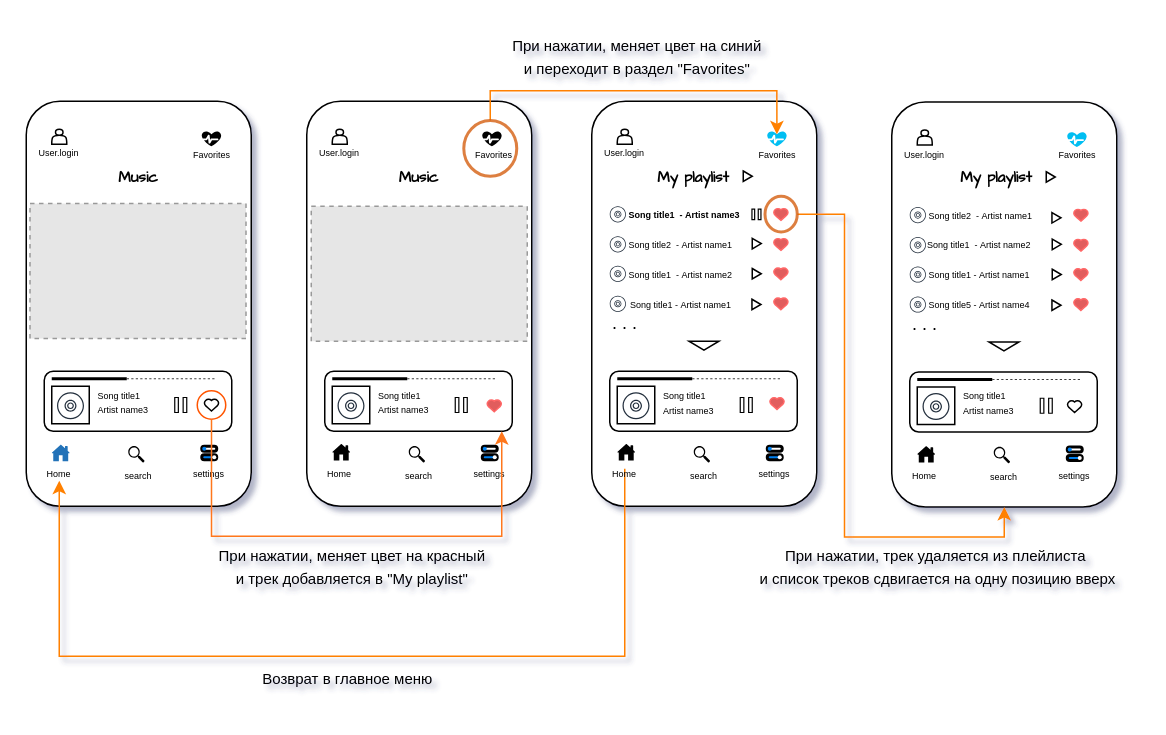
Earlier version of the draw.io diagram Khalmatova_Kristina/Layout/Layout_Khalmatova.drawio (abdullahproff/BSA21_1). Source tidied: cells renumbered, new cells numbered last; positions are measured from the earlier drawing's top-left corner, leaving out a move shared by most shapes. Both pictures are drawn from the tidied source at 150%, with x=0, y=0 at pixel (26, 26). Pictures stored in the file or linked from it are replaced by grey dashed boxes.
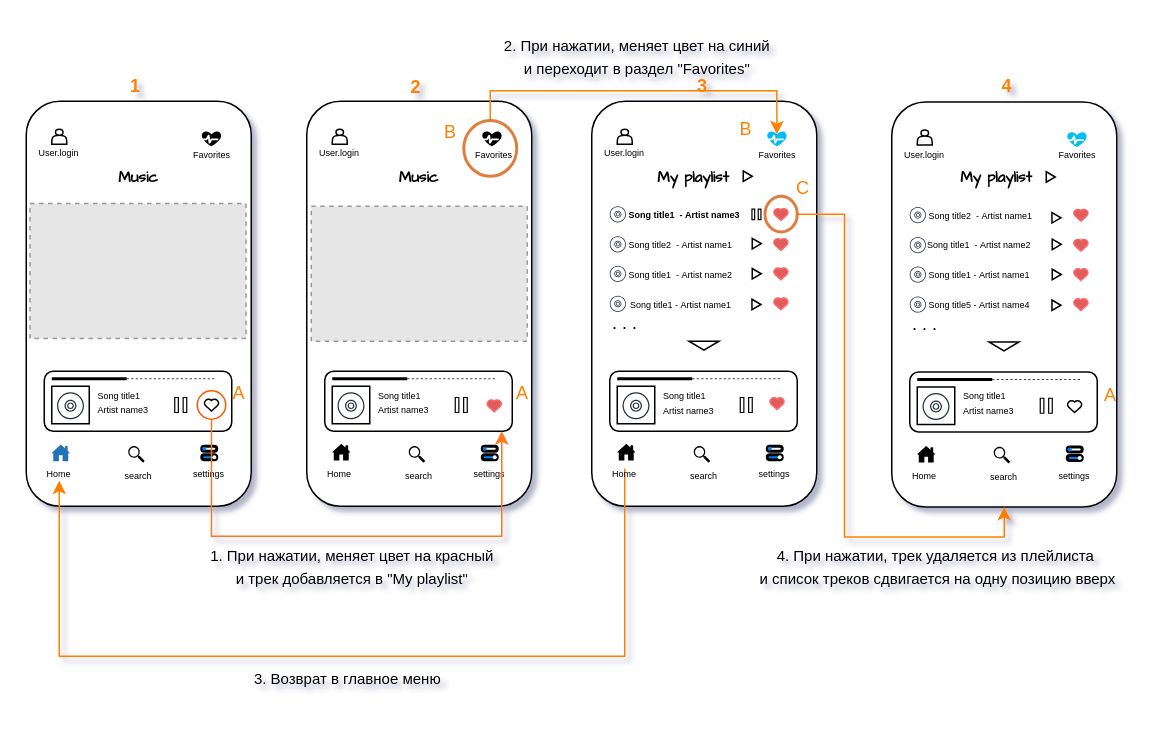
The same page after the edit.

The edit, as a diff of the source:
```diff
@@
-    <mxCell id="134" value="&lt;font style=&quot;font-size: 10px;&quot;&gt;При нажатии, меняет цвет на красный&lt;/font&gt;&lt;div&gt;&lt;font style=&quot;font-size: 10px;&quot;&gt;и трек добавляется в &quot;My playlist&quot;&lt;/font&gt;&lt;/div&gt;" style="text;html=1;align=center;verticalAlign=middle;strokeColor=none;fillColor=none;" parent="1" vertex="1">
-      <mxGeometry x="116.5" y="340" width="200" height="40" as="geometry" />
+    <mxCell id="134" value="&lt;font style=&quot;font-size: 10px;&quot;&gt;1. При нажатии, меняет цвет на красный&lt;/font&gt;&lt;div&gt;&lt;font style=&quot;font-size: 10px;&quot;&gt;и трек добавляется в &quot;My playlist&quot;&lt;/font&gt;&lt;/div&gt;" style="text;html=1;align=center;verticalAlign=middle;strokeColor=none;fillColor=none;" parent="1" vertex="1">
+      <mxGeometry x="111.5" y="340" width="210" height="40" as="geometry" />
     </mxCell>
-    <mxCell id="135" value="&lt;font style=&quot;font-size: 10px;&quot;&gt;При нажатии, меняет цвет на синий&lt;/font&gt;&lt;div&gt;&lt;span style=&quot;font-size: 10px; background-color: initial;&quot;&gt;и переходит в раздел &quot;Favorites&quot;&lt;/span&gt;&lt;/div&gt;" style="text;html=1;align=center;verticalAlign=middle;strokeColor=none;fillColor=none;" parent="1" vertex="1">
-      <mxGeometry x="311.5" width="190" height="40" as="geometry" />
+    <mxCell id="135" value="&lt;font style=&quot;font-size: 10px;&quot;&gt;2. При нажатии, меняет цвет на синий&lt;/font&gt;&lt;div&gt;&lt;span style=&quot;font-size: 10px; background-color: initial;&quot;&gt;и переходит в раздел &quot;Favorites&quot;&lt;/span&gt;&lt;/div&gt;" style="text;html=1;align=center;verticalAlign=middle;strokeColor=none;fillColor=none;" parent="1" vertex="1">
+      <mxGeometry x="306.5" width="200" height="40" as="geometry" />
     </mxCell>
-    <mxCell id="136" value="&lt;span style=&quot;font-size: 10px;&quot;&gt;Возврат в главное меню&lt;/span&gt;" style="text;html=1;align=center;verticalAlign=middle;strokeColor=none;fillColor=none;" parent="1" vertex="1">
-      <mxGeometry x="144" y="420" width="140" height="30" as="geometry" />
+    <mxCell id="136" value="&lt;span style=&quot;font-size: 10px;&quot;&gt;3. Возврат в главное меню&lt;/span&gt;" style="text;html=1;align=center;verticalAlign=middle;strokeColor=none;fillColor=none;" parent="1" vertex="1">
+      <mxGeometry x="139" y="420" width="150" height="30" as="geometry" />
     </mxCell>
-    <mxCell id="137" value="&lt;span style=&quot;font-size: 10px;&quot;&gt;При нажатии, трек удаляется из плейлиста&lt;/span&gt;&lt;div&gt;&lt;span style=&quot;font-size: 10px;&quot;&gt;&amp;nbsp;и список треков сдвигается на одну позицию вверх&lt;/span&gt;&lt;/div&gt;" style="text;html=1;align=center;verticalAlign=middle;strokeColor=none;fillColor=none;" parent="1" vertex="1">
+    <mxCell id="137" value="&lt;span style=&quot;font-size: 10px;&quot;&gt;4. При нажатии, трек удаляется из плейлиста&lt;/span&gt;&lt;div&gt;&lt;span style=&quot;font-size: 10px;&quot;&gt;&amp;nbsp;и список треков сдвигается на одну позицию вверх&lt;/span&gt;&lt;/div&gt;" style="text;html=1;align=center;verticalAlign=middle;strokeColor=none;fillColor=none;" parent="1" vertex="1">
       <mxGeometry x="476" y="340" width="260" height="40" as="geometry" />
     </mxCell>
+    <mxCell id="138" value="1" style="text;html=1;align=center;verticalAlign=middle;whiteSpace=wrap;rounded=0;fontStyle=1;fontColor=#FF8000;" parent="1" vertex="1">
+      <mxGeometry x="64.4" y="30" width="18" height="20" as="geometry" />
+    </mxCell>
+    <mxCell id="139" value="2" style="text;html=1;align=center;verticalAlign=middle;whiteSpace=wrap;rounded=0;fontStyle=1;fontColor=#FF8000;" parent="1" vertex="1">
+      <mxGeometry x="251.4" y="30.5" width="18" height="20" as="geometry" />
+    </mxCell>
+    <mxCell id="140" value="3" style="text;html=1;align=center;verticalAlign=middle;whiteSpace=wrap;rounded=0;fontStyle=1;fontColor=#FF8000;" parent="1" vertex="1">
+      <mxGeometry x="441.8" y="30" width="18" height="20" as="geometry" />
+    </mxCell>
+    <mxCell id="141" value="4" style="text;html=1;align=center;verticalAlign=middle;whiteSpace=wrap;rounded=0;fontStyle=1;fontColor=#FF8000;" parent="1" vertex="1">
+      <mxGeometry x="645" y="30" width="18" height="20" as="geometry" />
+    </mxCell>
+    <mxCell id="142" value="A" style="text;html=1;align=center;verticalAlign=middle;whiteSpace=wrap;rounded=0;fontStyle=0;fontColor=#FF8000;" parent="1" vertex="1">
+      <mxGeometry x="133" y="234.5" width="18" height="20" as="geometry" />
+    </mxCell>
+    <mxCell id="143" value="A" style="text;html=1;align=center;verticalAlign=middle;whiteSpace=wrap;rounded=0;fontStyle=0;fontColor=#FF8000;" parent="1" vertex="1">
+      <mxGeometry x="321.5" y="234.5" width="18" height="20" as="geometry" />
+    </mxCell>
+    <mxCell id="144" value="B" style="text;html=1;align=center;verticalAlign=middle;whiteSpace=wrap;rounded=0;fontStyle=0;fontColor=#FF8000;" parent="1" vertex="1">
+      <mxGeometry x="274" y="60.6" width="18" height="20" as="geometry" />
+    </mxCell>
+    <mxCell id="145" value="B" style="text;html=1;align=center;verticalAlign=middle;whiteSpace=wrap;rounded=0;fontStyle=0;fontColor=#FF8000;" parent="1" vertex="1">
+      <mxGeometry x="471" y="58.6" width="18" height="20" as="geometry" />
+    </mxCell>
+    <mxCell id="146" value="C" style="text;html=1;align=center;verticalAlign=middle;whiteSpace=wrap;rounded=0;fontStyle=0;fontColor=#FF8000;" parent="1" vertex="1">
+      <mxGeometry x="509" y="98.2" width="18" height="20" as="geometry" />
+    </mxCell>
+    <mxCell id="147" value="A" style="text;html=1;align=center;verticalAlign=middle;whiteSpace=wrap;rounded=0;fontStyle=0;fontColor=#FF8000;" parent="1" vertex="1">
+      <mxGeometry x="714" y="235.5" width="18" height="20" as="geometry" />
+    </mxCell>
```
